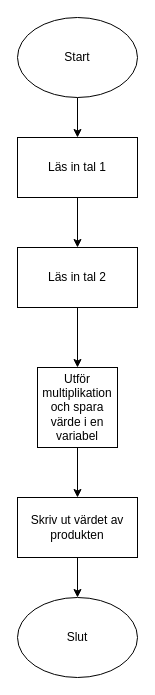
Before: Uppg 2.drawio in TE22A-Haukebo-Meo/Pseudo-Uppg-2, a draw.io diagram. Source tidied: cells renumbered, new cells numbered last; positions are measured from the earlier drawing's top-left corner, leaving out a move shared by most shapes. Both pictures are drawn from the tidied source at 100%, with x=0, y=0 at pixel (17, 17).
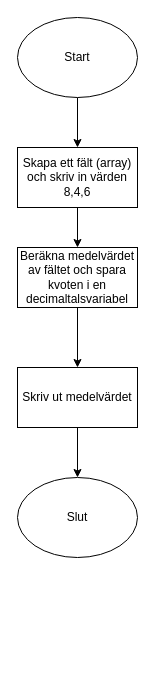
The same diagram, later.

Commit message:
Uppg b klar

The edit, as a diff of the source:
```diff
@@
 <mxGraphModel>
   <root>
     <mxCell id="0" />
     <mxCell id="1" parent="0" />
     <mxCell id="2" style="edgeStyle=orthogonalEdgeStyle;rounded=0;jettySize=auto;html=1;" parent="1" edge="1" source="3" target="5">
       <mxGeometry relative="1" as="geometry" />
     </mxCell>
     <mxCell id="3" value="Start" style="ellipse;whiteSpace=wrap;html=1;" parent="1" vertex="1">
       <mxGeometry width="120" height="80" as="geometry" />
     </mxCell>
     <mxCell id="4" style="edgeStyle=orthogonalEdgeStyle;rounded=0;jettySize=auto;html=1;" parent="1" edge="1" source="5" target="7">
       <mxGeometry relative="1" as="geometry" />
     </mxCell>
-    <mxCell id="5" value="Läs in tal 1" style="rounded=0;whiteSpace=wrap;html=1;" parent="1" vertex="1">
-      <mxGeometry y="120" width="120" height="60" as="geometry" />
+    <mxCell id="5" value="Skapa ett fält (array) och skriv in värden 8,4,6" style="rounded=0;whiteSpace=wrap;html=1;" parent="1" vertex="1">
+      <mxGeometry y="130" width="120" height="60" as="geometry" />
     </mxCell>
-    <mxCell id="6" style="edgeStyle=orthogonalEdgeStyle;rounded=0;jettySize=auto;html=1;" parent="1" edge="1" source="7" target="9">
+    <mxCell id="6" style="edgeStyle=orthogonalEdgeStyle;rounded=0;jettySize=auto;html=1;entryX=0.5;entryY=0;entryDx=0;entryDy=0;" parent="1" edge="1" source="7" target="11">
       <mxGeometry relative="1" as="geometry" />
     </mxCell>
-    <mxCell id="7" value="Läs in tal 2" style="rounded=0;whiteSpace=wrap;html=1;" parent="1" vertex="1">
+    <mxCell id="7" value="Beräkna medelvärdet av fältet och spara kvoten i en decimaltalsvariabel" style="rounded=0;whiteSpace=wrap;html=1;" parent="1" vertex="1">
       <mxGeometry y="230" width="120" height="60" as="geometry" />
     </mxCell>
-    <mxCell id="8" style="edgeStyle=orthogonalEdgeStyle;rounded=0;jettySize=auto;html=1;" parent="1" edge="1" source="9" target="11">
-      <mxGeometry relative="1" as="geometry" />
-    </mxCell>
-    <mxCell id="9" value="Utför multiplikation och spara värde i en variabel" style="whiteSpace=wrap;html=1;" parent="1" vertex="1">
-      <mxGeometry x="20" y="350" width="80" height="80" as="geometry" />
-    </mxCell>
     <mxCell id="10" style="edgeStyle=orthogonalEdgeStyle;rounded=0;jettySize=auto;html=1;" parent="1" edge="1" source="11" target="12">
       <mxGeometry relative="1" as="geometry" />
     </mxCell>
-    <mxCell id="11" value="Skriv ut värdet av produkten" style="rounded=0;whiteSpace=wrap;html=1;" parent="1" vertex="1">
-      <mxGeometry y="480" width="120" height="60" as="geometry" />
+    <mxCell id="11" value="Skriv ut medelvärdet" style="rounded=0;whiteSpace=wrap;html=1;" parent="1" vertex="1">
+      <mxGeometry y="350" width="120" height="60" as="geometry" />
     </mxCell>
     <mxCell id="12" value="Slut" style="ellipse;whiteSpace=wrap;html=1;" parent="1" vertex="1">
-      <mxGeometry y="580" width="120" height="80" as="geometry" />
+      <mxGeometry y="460" width="120" height="80" as="geometry" />
     </mxCell>
   </root>
 </mxGraphModel>
```
